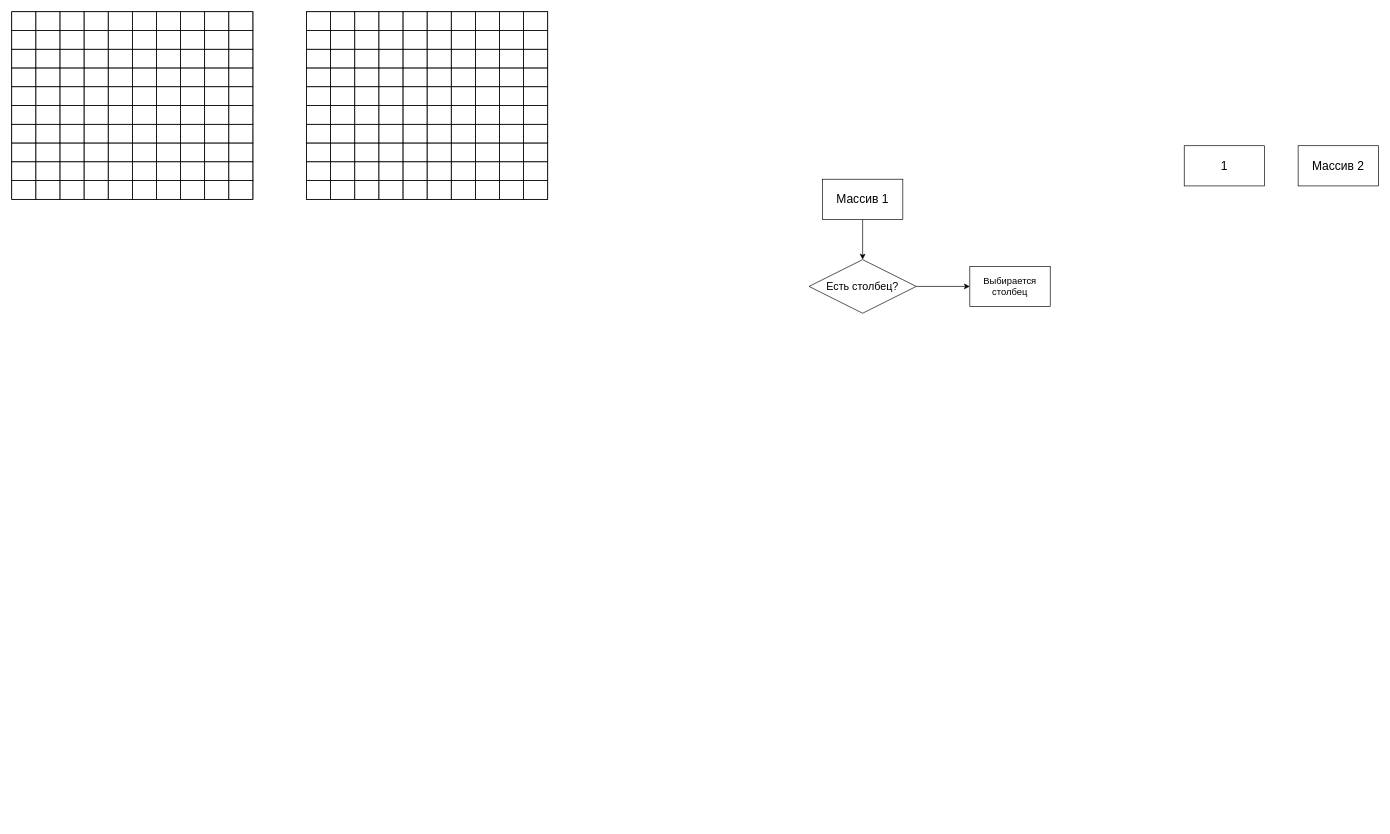
Aazmandiuc/MDK_04_Kyleshova keeps this draw.io diagram as Алгоритм (л.р. №10).drawio. Above is the earlier version. Source tidied: cells renumbered, new cells numbered last; positions are measured from the earlier drawing's top-left corner, leaving out a move shared by most shapes. Both pictures are drawn from the tidied source at 67%, with x=0, y=0 at pixel (11, 11).
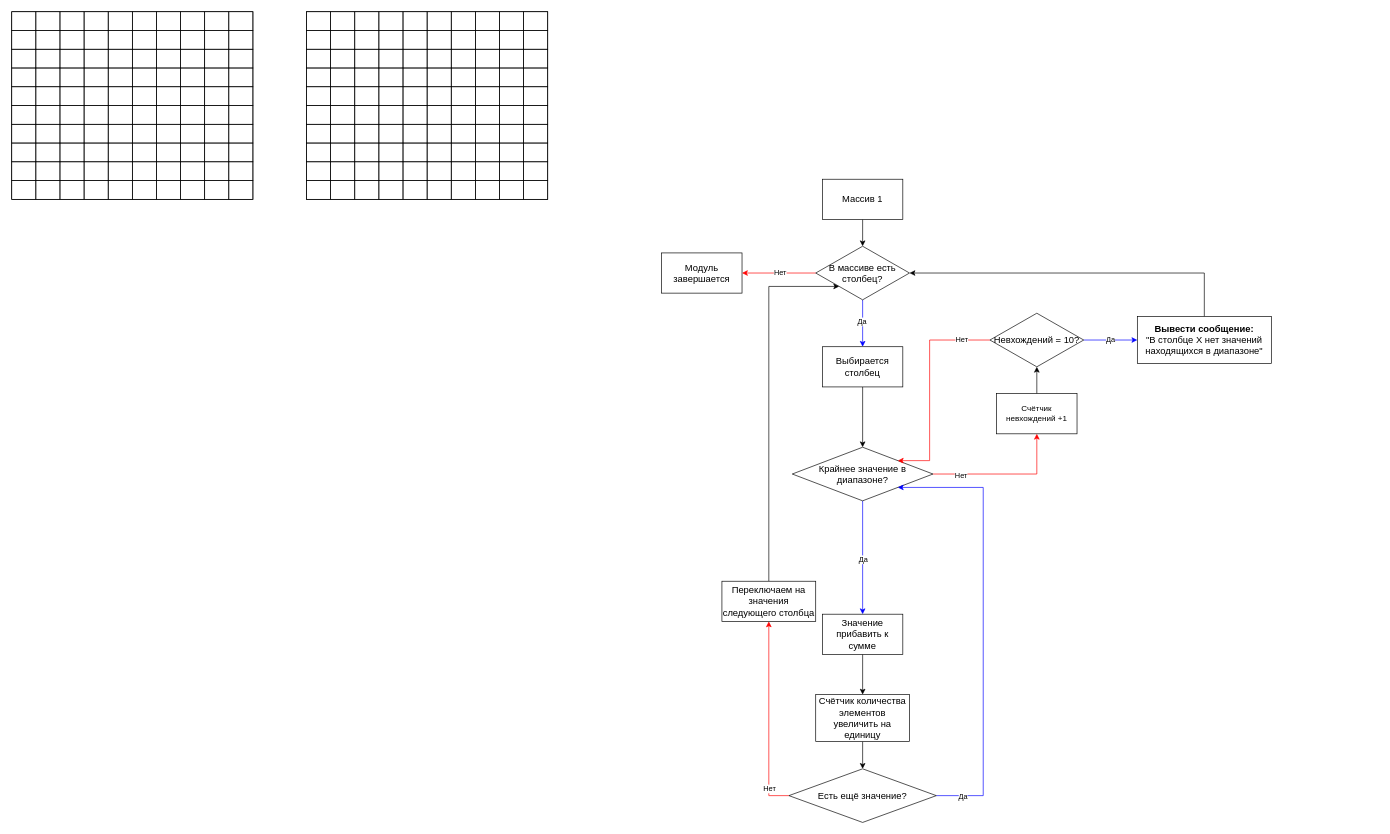
After the change.

The edit, as a diff of the source:
```diff
@@
-    <mxCell id="224" style="edgeStyle=orthogonalEdgeStyle;rounded=0;jettySize=auto;html=1;exitX=0.5;exitY=1;exitDx=0;exitDy=0;entryX=0.5;entryY=0;entryDx=0;entryDy=0;" parent="1" edge="1" source="225" target="230">
+    <mxCell id="224" style="edgeStyle=orthogonalEdgeStyle;rounded=0;jettySize=auto;html=1;exitX=0.5;exitY=1;exitDx=0;exitDy=0;entryX=0.5;entryY=0;entryDx=0;entryDy=0;" parent="1" edge="1" source="225" target="251">
       <mxGeometry relative="1" as="geometry" />
     </mxCell>
-    <mxCell id="225" value="&lt;font style=&quot;font-size: 18px;&quot;&gt;Массив 1&lt;/font&gt;" style="rounded=0;whiteSpace=wrap;html=1;" parent="1" vertex="1">
+    <mxCell id="225" value="&lt;font style=&quot;font-size: 14px;&quot;&gt;Массив 1&lt;/font&gt;" style="rounded=0;whiteSpace=wrap;html=1;" parent="1" vertex="1">
       <mxGeometry x="1210" y="250" width="120" height="60" as="geometry" />
     </mxCell>
-    <mxCell id="226" value="&lt;font style=&quot;font-size: 18px;&quot;&gt;Массив 2&lt;/font&gt;" style="rounded=0;whiteSpace=wrap;html=1;" parent="1" vertex="1">
-      <mxGeometry x="1920" y="200" width="120" height="60" as="geometry" />
-    </mxCell>
-    <mxCell id="227" value="&lt;font style=&quot;font-size: 18px;&quot;&gt;1&lt;/font&gt;" style="rounded=0;whiteSpace=wrap;html=1;" parent="1" vertex="1">
-      <mxGeometry x="1750" y="200" width="120" height="60" as="geometry" />
-    </mxCell>
+    <mxCell id="231" style="edgeStyle=orthogonalEdgeStyle;rounded=0;jettySize=auto;html=1;" parent="1" edge="1" source="228" target="239">
+      <mxGeometry relative="1" as="geometry" />
+    </mxCell>
     <mxCell id="228" value="&lt;font style=&quot;font-size: 14px;&quot;&gt;Выбирается столбец&lt;/font&gt;" style="rounded=0;whiteSpace=wrap;html=1;" parent="1" vertex="1">
-      <mxGeometry x="1430" y="380" width="120" height="60" as="geometry" />
+      <mxGeometry x="1210" y="500" width="120" height="60" as="geometry" />
     </mxCell>
-    <mxCell id="229" style="edgeStyle=orthogonalEdgeStyle;rounded=0;jettySize=auto;html=1;exitX=1;exitY=0.5;exitDx=0;exitDy=0;entryX=0;entryY=0.5;entryDx=0;entryDy=0;" parent="1" edge="1" source="230" target="228">
-      <mxGeometry relative="1" as="geometry" />
-    </mxCell>
-    <mxCell id="230" value="&lt;font size=&quot;3&quot;&gt;Есть столбец?&lt;/font&gt;" style="rhombus;whiteSpace=wrap;html=1;" parent="1" vertex="1">
-      <mxGeometry x="1190" y="370" width="160" height="80" as="geometry" />
-    </mxCell>
+    <mxCell id="232" style="edgeStyle=orthogonalEdgeStyle;rounded=0;jettySize=auto;html=1;exitX=0.5;exitY=1;exitDx=0;exitDy=0;entryX=0.5;entryY=0;entryDx=0;entryDy=0;strokeColor=#0000FF;" parent="1" edge="1" source="251" target="228">
+      <mxGeometry relative="1" as="geometry" />
+    </mxCell>
+    <mxCell id="233" value="Да" style="edgeLabel;html=1;align=center;verticalAlign=middle;" parent="232" vertex="1">
+      <mxGeometry x="-0.1" y="-2" relative="1" as="geometry" />
+    </mxCell>
+    <mxCell id="234" value="&lt;font style=&quot;font-size: 14px;&quot;&gt;Модуль завершается&lt;/font&gt;" style="whiteSpace=wrap;html=1;" parent="1" vertex="1">
+      <mxGeometry x="970" y="360" width="120" height="60" as="geometry" />
+    </mxCell>
+    <mxCell id="235" style="edgeStyle=orthogonalEdgeStyle;rounded=0;jettySize=auto;html=1;strokeColor=#0000FF;entryX=0.5;entryY=0;entryDx=0;entryDy=0;" parent="1" edge="1" source="239" target="241">
+      <mxGeometry relative="1" as="geometry" />
+    </mxCell>
+    <mxCell id="236" value="Да" style="edgeLabel;html=1;align=center;verticalAlign=middle;" parent="235" vertex="1">
+      <mxGeometry x="0.03" relative="1" as="geometry" />
+    </mxCell>
+    <mxCell id="237" style="edgeStyle=orthogonalEdgeStyle;rounded=0;jettySize=auto;html=1;exitX=1;exitY=0.5;exitDx=0;exitDy=0;entryX=0.5;entryY=1;entryDx=0;entryDy=0;strokeColor=#FF0000;" parent="1" edge="1" source="239" target="253">
+      <mxGeometry relative="1" as="geometry" />
+    </mxCell>
+    <mxCell id="238" value="Нет" style="edgeLabel;html=1;align=center;verticalAlign=middle;" parent="237" vertex="1">
+      <mxGeometry x="-0.62" y="-1" relative="1" as="geometry" />
+    </mxCell>
+    <mxCell id="239" value="&lt;font style=&quot;font-size: 14px;&quot;&gt;Крайнее значение в диапазоне?&lt;/font&gt;" style="rhombus;whiteSpace=wrap;html=1;rounded=0;" parent="1" vertex="1">
+      <mxGeometry x="1165" y="650" width="210" height="80" as="geometry" />
+    </mxCell>
+    <mxCell id="240" style="edgeStyle=orthogonalEdgeStyle;rounded=0;jettySize=auto;html=1;" parent="1" edge="1" source="241" target="248">
+      <mxGeometry relative="1" as="geometry" />
+    </mxCell>
+    <mxCell id="241" value="&lt;font style=&quot;font-size: 14px;&quot;&gt;Значение прибавить к сумме&lt;/font&gt;" style="rounded=0;whiteSpace=wrap;html=1;" parent="1" vertex="1">
+      <mxGeometry x="1210" y="899.2" width="120" height="60" as="geometry" />
+    </mxCell>
+    <mxCell id="242" style="edgeStyle=orthogonalEdgeStyle;rounded=0;jettySize=auto;html=1;exitX=1;exitY=0.5;exitDx=0;exitDy=0;entryX=1;entryY=1;entryDx=0;entryDy=0;strokeColor=#0000FF;" parent="1" edge="1" source="246" target="239">
+      <mxGeometry relative="1" as="geometry">
+        <Array as="points">
+          <mxPoint x="1450" y="1170" />
+          <mxPoint x="1450" y="710" />
+        </Array>
+      </mxGeometry>
+    </mxCell>
+    <mxCell id="243" value="Да" style="edgeLabel;html=1;align=center;verticalAlign=middle;" parent="242" vertex="1">
+      <mxGeometry x="-0.88" y="3" relative="1" as="geometry">
+        <mxPoint y="3" as="offset" />
+      </mxGeometry>
+    </mxCell>
+    <mxCell id="244" style="edgeStyle=orthogonalEdgeStyle;rounded=0;jettySize=auto;html=1;exitX=0;exitY=0.5;exitDx=0;exitDy=0;entryX=0.5;entryY=1;entryDx=0;entryDy=0;strokeColor=#FF0000;" parent="1" edge="1" source="246" target="262">
+      <mxGeometry relative="1" as="geometry" />
+    </mxCell>
+    <mxCell id="245" value="Нет" style="edgeLabel;html=1;align=center;verticalAlign=middle;" parent="244" vertex="1">
+      <mxGeometry x="-0.72" relative="1" as="geometry" />
+    </mxCell>
+    <mxCell id="246" value="&lt;font style=&quot;font-size: 14px;&quot;&gt;Есть ещё значение?&lt;/font&gt;" style="rhombus;whiteSpace=wrap;html=1;rounded=0;" parent="1" vertex="1">
+      <mxGeometry x="1160" y="1130" width="220" height="80" as="geometry" />
+    </mxCell>
+    <mxCell id="247" style="edgeStyle=orthogonalEdgeStyle;rounded=0;jettySize=auto;html=1;" parent="1" edge="1" source="248" target="246">
+      <mxGeometry relative="1" as="geometry" />
+    </mxCell>
+    <mxCell id="248" value="&lt;font style=&quot;font-size: 14px;&quot;&gt;Счётчик количества элементов увеличить на единицу&lt;/font&gt;" style="whiteSpace=wrap;html=1;rounded=0;" parent="1" vertex="1">
+      <mxGeometry x="1200" y="1019.2" width="140" height="70" as="geometry" />
+    </mxCell>
+    <mxCell id="249" style="edgeStyle=orthogonalEdgeStyle;rounded=0;jettySize=auto;html=1;exitX=0;exitY=0.5;exitDx=0;exitDy=0;entryX=1;entryY=0.5;entryDx=0;entryDy=0;fillColor=#FF0000;strokeColor=#FF0000;" parent="1" edge="1" source="251" target="234">
+      <mxGeometry relative="1" as="geometry" />
+    </mxCell>
+    <mxCell id="250" value="Нет" style="edgeLabel;html=1;align=center;verticalAlign=middle;" parent="249" vertex="1">
+      <mxGeometry x="-0.02" y="-1" relative="1" as="geometry" />
+    </mxCell>
+    <mxCell id="251" value="&lt;font style=&quot;font-size: 14px;&quot;&gt;В массиве есть столбец?&lt;/font&gt;" style="rhombus;whiteSpace=wrap;html=1;" parent="1" vertex="1">
+      <mxGeometry x="1200" y="350" width="140" height="80" as="geometry" />
+    </mxCell>
+    <mxCell id="252" style="edgeStyle=orthogonalEdgeStyle;rounded=0;jettySize=auto;html=1;exitX=0.5;exitY=0;exitDx=0;exitDy=0;entryX=0.5;entryY=1;entryDx=0;entryDy=0;" parent="1" edge="1" source="253" target="258">
+      <mxGeometry relative="1" as="geometry" />
+    </mxCell>
+    <mxCell id="253" value="Счётчик невхождений +1" style="rounded=0;whiteSpace=wrap;html=1;" parent="1" vertex="1">
+      <mxGeometry x="1470" y="570" width="120" height="60" as="geometry" />
+    </mxCell>
+    <mxCell id="254" style="edgeStyle=orthogonalEdgeStyle;rounded=0;jettySize=auto;html=1;entryX=1;entryY=0;entryDx=0;entryDy=0;strokeColor=#FF0000;exitX=0;exitY=0.5;exitDx=0;exitDy=0;" parent="1" edge="1" source="258" target="239">
+      <mxGeometry relative="1" as="geometry">
+        <Array as="points">
+          <mxPoint x="1370" y="490" />
+          <mxPoint x="1370" y="670" />
+        </Array>
+      </mxGeometry>
+    </mxCell>
+    <mxCell id="255" value="Нет" style="edgeLabel;html=1;align=center;verticalAlign=middle;" parent="254" vertex="1">
+      <mxGeometry x="-0.73" y="-1" relative="1" as="geometry" />
+    </mxCell>
+    <mxCell id="256" style="edgeStyle=orthogonalEdgeStyle;rounded=0;jettySize=auto;html=1;strokeColor=#0000FF;" parent="1" edge="1" source="258" target="260">
+      <mxGeometry relative="1" as="geometry" />
+    </mxCell>
+    <mxCell id="257" value="Да" style="edgeLabel;html=1;align=center;verticalAlign=middle;" parent="256" vertex="1">
+      <mxGeometry x="-0.03" y="1" relative="1" as="geometry" />
+    </mxCell>
+    <mxCell id="258" value="&lt;font style=&quot;font-size: 14px;&quot;&gt;Невхождений = 10?&lt;/font&gt;" style="rhombus;whiteSpace=wrap;html=1;" parent="1" vertex="1">
+      <mxGeometry x="1460" y="450" width="140" height="80" as="geometry" />
+    </mxCell>
+    <mxCell id="259" style="edgeStyle=orthogonalEdgeStyle;rounded=0;jettySize=auto;html=1;exitX=0.5;exitY=0;exitDx=0;exitDy=0;entryX=1;entryY=0.5;entryDx=0;entryDy=0;" parent="1" edge="1" source="260" target="251">
+      <mxGeometry relative="1" as="geometry" />
+    </mxCell>
+    <mxCell id="260" value="&lt;font style=&quot;font-size: 14px;&quot;&gt;&lt;font style=&quot;&quot;&gt;&lt;b&gt;Вывести сообщение:&lt;br&gt;&lt;/b&gt;&quot;В столбце Х нет знач&lt;/font&gt;ений находящихся в диапазоне&quot;&lt;/font&gt;" style="whiteSpace=wrap;html=1;" parent="1" vertex="1">
+      <mxGeometry x="1680" y="455" width="200" height="70" as="geometry" />
+    </mxCell>
+    <mxCell id="261" style="edgeStyle=orthogonalEdgeStyle;rounded=0;jettySize=auto;html=1;entryX=0;entryY=1;entryDx=0;entryDy=0;exitX=0.5;exitY=0;exitDx=0;exitDy=0;" parent="1" edge="1" source="262" target="251">
+      <mxGeometry relative="1" as="geometry">
+        <Array as="points">
+          <mxPoint x="1130" y="410" />
+        </Array>
+      </mxGeometry>
+    </mxCell>
+    <mxCell id="262" value="&lt;font style=&quot;font-size: 14px;&quot;&gt;Переключаем на значения следующего столбца&lt;/font&gt;" style="rounded=0;whiteSpace=wrap;html=1;" parent="1" vertex="1">
+      <mxGeometry x="1060" y="850" width="140" height="60" as="geometry" />
+    </mxCell>
```
